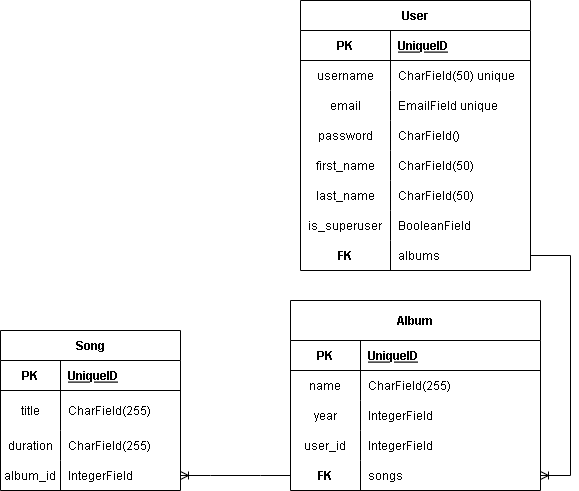
Before: bandkamp.drawio.png, a diagram exported from draw.io (cesarrafaeljunior/bandkamp_api). Source tidied: cells renumbered, new cells last; positions are measured from the earlier drawing's top-left corner, leaving out a move shared by most shapes.
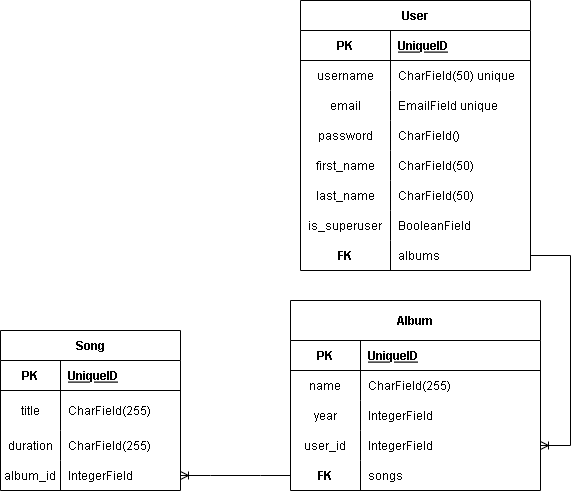
Above is the later version.

Commit message:
fix: DER user_id

What changed in the source:
```diff
@@ -164,7 +164,7 @@
     <mxCell id="55" value="IntegerField" style="shape=partialRectangle;fillColor=none;top=0;left=0;bottom=0;right=0;align=left;spacingLeft=6;overflow=hidden;" parent="53" vertex="1">
       <mxGeometry x="60" width="120" height="30" as="geometry" />
     </mxCell>
-    <mxCell id="56" style="edgeStyle=entityRelationEdgeStyle;fontSize=12;html=1;endArrow=ERoneToMany;rounded=0;exitX=1;exitY=0.5;exitDx=0;exitDy=0;" parent="1" edge="1" source="24" target="40">
+    <mxCell id="56" style="edgeStyle=entityRelationEdgeStyle;fontSize=12;html=1;endArrow=ERoneToMany;rounded=0;exitX=1;exitY=0.5;exitDx=0;exitDy=0;" parent="1" edge="1" source="24" target="37">
       <mxGeometry relative="1" as="geometry" />
     </mxCell>
     <mxCell id="57" style="edgeStyle=entityRelationEdgeStyle;fontSize=12;html=1;endArrow=ERoneToMany;rounded=0;exitX=0;exitY=0.5;exitDx=0;exitDy=0;" parent="1" edge="1" source="40" target="53">
```
